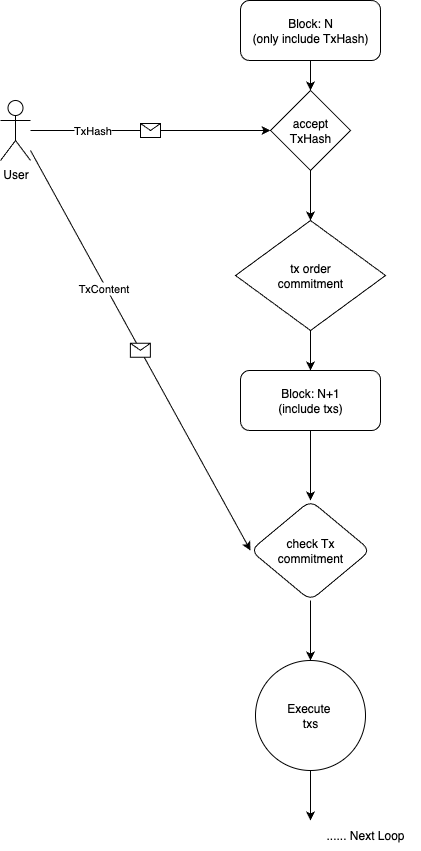
This is anti-mev-solution.png from Lawliet-Chan/edcon-2025, a draw.io export, as it was before one commit. Source tidied: cells renumbered, new cells last; positions are measured from the earlier drawing's top-left corner, leaving out a move shared by most shapes.
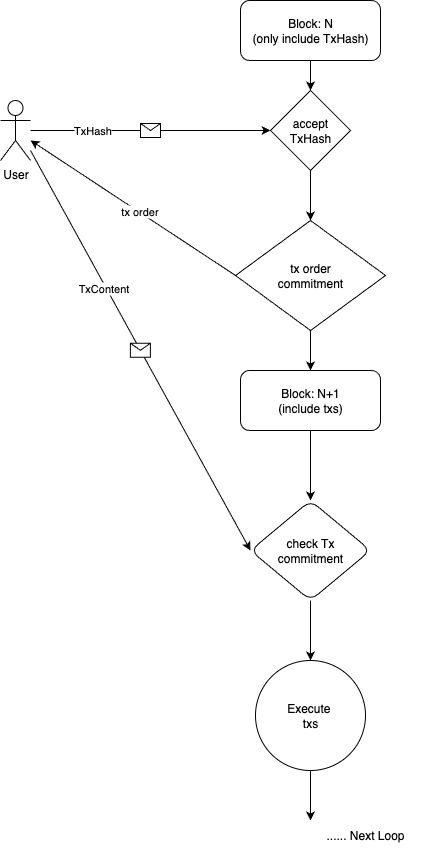
The same file after the commit.

Change to the diagram source:
```diff
@@ -74,5 +74,11 @@
     <mxCell id="21" value="...... Next Loop" style="text;html=1;align=center;verticalAlign=middle;whiteSpace=wrap;rounded=0;" parent="1" vertex="1">
       <mxGeometry x="310" y="820" width="110" height="30" as="geometry" />
     </mxCell>
+    <mxCell id="22" style="endArrow=classic;html=1;rounded=0;exitX=0;exitY=0.5;exitDx=0;exitDy=0;" parent="1" edge="1" source="11" target="2">
+      <mxGeometry relative="1" as="geometry" />
+    </mxCell>
+    <mxCell id="23" value="tx order" style="edgeLabel;html=1;align=center;verticalAlign=middle;" parent="22" vertex="1">
+      <mxGeometry x="-0.06" y="-1" relative="1" as="geometry" />
+    </mxCell>
   </root>
 </mxGraphModel>
```
